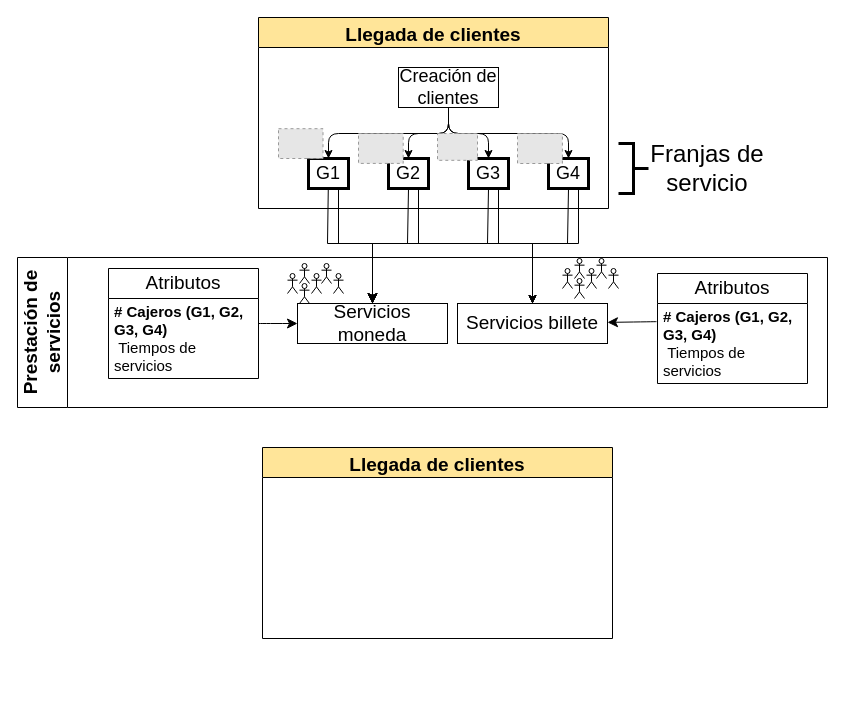
Above: Methodology.drawio in lorerubiano22/LSRR_Working (draw.io), before the change. Source tidied: cells renumbered, new cells numbered last; positions are measured from the earlier drawing's top-left corner, leaving out a move shared by most shapes. Both pictures are drawn from the tidied source at 100%, with x=0, y=0 at pixel (17, 17). Pictures stored in the file or linked from it are replaced by grey dashed boxes.
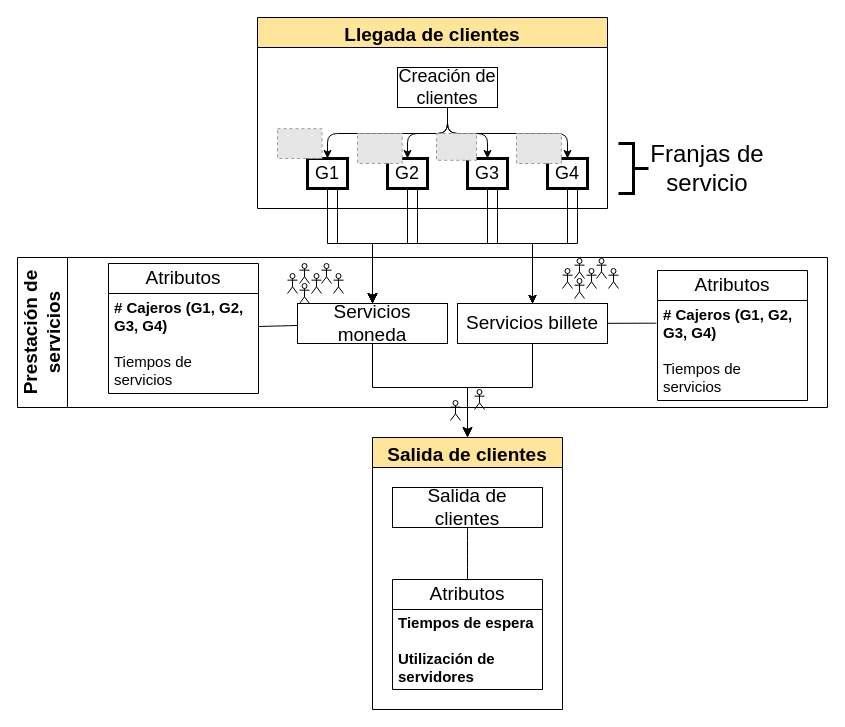
After the change.

The change refers to these unchanged cells:
```xml
<mxCell id="2" value="&lt;font style=&quot;font-size: 19px;&quot;&gt;Prestación de servicios&lt;/font&gt;" style="swimlane;horizontal=0;whiteSpace=wrap;html=1;fontColor=light-dark(#000000,#000000);fillColor=light-dark(#FFFFFF,#FFFFFF);strokeColor=light-dark(#000000,#CCFFFF);startSize=50;swimlaneFillColor=light-dark(#FFFFFF,#CCFFFF);" parent="1" vertex="1">
  <mxGeometry y="240" width="810" height="150" as="geometry" />
</mxCell>
<mxCell id="17" value="Servicios moneda" style="whiteSpace=wrap;html=1;fontSize=19;fontColor=light-dark(#000000,#000000);fillColor=light-dark(#FFFFFF,#FFFFFF);strokeColor=light-dark(#000000,#0000FF);" parent="1" vertex="1">
  <mxGeometry x="280" y="286" width="150" height="40" as="geometry" />
</mxCell>
<mxCell id="20" value="Servicios billete" style="whiteSpace=wrap;html=1;fontSize=19;fontColor=light-dark(#000000,#000000);fillColor=light-dark(#FFFFFF,#FFFFFF);strokeColor=light-dark(#000000,#00CC00);" parent="1" vertex="1">
  <mxGeometry x="440" y="286" width="150" height="40" as="geometry" />
</mxCell>
```

The edit, as a diff of the source:
```diff
@@
+    <mxCell id="24" value="&lt;span style=&quot;color: light-dark(rgb(0, 0, 0), rgb(0, 0, 0));&quot;&gt;Atributos&lt;/span&gt;" style="swimlane;fontStyle=0;horizontal=1;startSize=30;whiteSpace=wrap;html=1;fontColor=light-dark(#000000,#FFFFFF);fillColor=light-dark(#FFFFFF,#FFFFFF);strokeColor=light-dark(#000000,#000000);fontSize=19;" parent="2" vertex="1">
+      <mxGeometry x="640" y="13" width="150" height="130" as="geometry" />
+    </mxCell>
+    <mxCell id="25" value="&lt;span style=&quot;color: light-dark(rgb(0, 0, 0), rgb(0, 0, 0));&quot;&gt;&lt;font style=&quot;font-size: 15px;&quot;&gt;&lt;b&gt;# Cajeros (G1, G2, G3, G4)&lt;/b&gt;&lt;/font&gt;&lt;/span&gt;&lt;div&gt;&lt;font color=&quot;#000000&quot;&gt;&lt;span style=&quot;caret-color: rgb(0, 0, 0); font-size: 15px;&quot;&gt;&lt;b&gt;&lt;br&gt;&lt;/b&gt;&lt;/span&gt;&lt;/font&gt;&lt;div&gt;&lt;span style=&quot;color: light-dark(rgb(0, 0, 0), rgb(0, 0, 0));&quot;&gt;&lt;font style=&quot;font-size: 15px;&quot;&gt;Tiempos de servicios&lt;/font&gt;&lt;/span&gt;&lt;/div&gt;&lt;/div&gt;" style="text;strokeColor=none;fillColor=none;align=left;verticalAlign=middle;spacingLeft=4;spacingRight=4;overflow=hidden;points=[[0,0.5],[1,0.5]];portConstraint=eastwest;whiteSpace=wrap;html=1;" parent="24" vertex="1">
+      <mxGeometry y="30" width="150" height="100" as="geometry" />
+    </mxCell>
     <mxCell id="3" value="Llegada de clientes" style="swimlane;startSize=30;horizontal=1;horizontalTree=0;sortEdges=1;containerType=tree;fontSize=19;fontColor=light-dark(#000000,#000000);labelBackgroundColor=none;fillColor=light-dark(#FFE599,#FFFFFF);strokeColor=light-dark(#000000,#FFE599);gradientColor=none;swimlaneFillColor=light-dark(#FFFFFF,#FFE599);" parent="1" vertex="1">
-      <mxGeometry x="241" width="350" height="191" as="geometry" />
+      <mxGeometry x="240" width="350" height="191" as="geometry" />
     </mxCell>
@@
+    <mxCell id="50" style="edgeStyle=none;curved=0;rounded=0;jettySize=auto;html=1;exitX=0.5;exitY=1;exitDx=0;exitDy=0;entryX=0.5;entryY=0;entryDx=0;entryDy=0;fontSize=12;startSize=8;endSize=8;strokeColor=light-dark(#000000,#000000);strokeWidth=1;" parent="1" edge="1" source="17" target="49">
+      <mxGeometry relative="1" as="geometry">
+        <Array as="points">
+          <mxPoint x="355" y="370" />
+          <mxPoint x="450" y="370" />
+        </Array>
+      </mxGeometry>
+    </mxCell>
@@
-    <mxCell id="21" style="edgeStyle=none;curved=1;rounded=0;jettySize=auto;html=1;fontSize=12;startSize=8;endSize=8;strokeColor=light-dark(#000000,#000000);" parent="1" edge="1" source="22" target="17">
+    <mxCell id="21" style="edgeStyle=none;curved=1;rounded=0;jettySize=auto;html=1;fontSize=12;startSize=8;endSize=8;strokeColor=light-dark(#000000,#000000);endArrow=none;endFill=0;" parent="1" edge="1" source="22" target="17">
       <mxGeometry relative="1" as="geometry" />
     </mxCell>
     <mxCell id="22" value="&lt;span style=&quot;color: light-dark(rgb(0, 0, 0), rgb(0, 0, 0));&quot;&gt;Atributos&lt;/span&gt;" style="swimlane;fontStyle=0;horizontal=1;startSize=30;whiteSpace=wrap;html=1;fontColor=light-dark(#000000,#FFFFFF);fillColor=light-dark(#FFFFFF,#FFFFFF);strokeColor=light-dark(#000000,#000000);fontSize=19;" parent="1" vertex="1">
-      <mxGeometry x="91" y="251" width="150" height="110" as="geometry" />
+      <mxGeometry x="91" y="246" width="150" height="130" as="geometry" />
     </mxCell>
-    <mxCell id="23" value="&lt;span style=&quot;color: light-dark(rgb(0, 0, 0), rgb(0, 0, 0));&quot;&gt;&lt;font style=&quot;font-size: 15px;&quot;&gt;&lt;b&gt;# Cajeros (G1, G2, G3, G4)&lt;/b&gt;&lt;/font&gt;&lt;/span&gt;&lt;div&gt;&lt;span style=&quot;color: light-dark(rgb(0, 0, 0), rgb(0, 0, 0));&quot;&gt;&lt;font style=&quot;font-size: 15px;&quot;&gt;&amp;nbsp;Tiempos de servicios&lt;/font&gt;&lt;/span&gt;&lt;/div&gt;" style="text;strokeColor=none;fillColor=none;align=left;verticalAlign=middle;spacingLeft=4;spacingRight=4;overflow=hidden;whiteSpace=wrap;html=1;" parent="22" vertex="1">
-      <mxGeometry y="30" width="150" height="80" as="geometry" />
+    <mxCell id="23" value="&lt;span style=&quot;color: light-dark(rgb(0, 0, 0), rgb(0, 0, 0));&quot;&gt;&lt;font style=&quot;font-size: 15px;&quot;&gt;&lt;b&gt;# Cajeros (G1, G2, G3, G4)&lt;/b&gt;&lt;/font&gt;&lt;/span&gt;&lt;div&gt;&lt;font color=&quot;#000000&quot;&gt;&lt;span style=&quot;caret-color: rgb(0, 0, 0); font-size: 15px;&quot;&gt;&lt;b&gt;&lt;br&gt;&lt;/b&gt;&lt;/span&gt;&lt;/font&gt;&lt;div&gt;&lt;span style=&quot;color: light-dark(rgb(0, 0, 0), rgb(0, 0, 0));&quot;&gt;&lt;font style=&quot;font-size: 15px;&quot;&gt;Tiempos de servicios&lt;/font&gt;&lt;/span&gt;&lt;/div&gt;&lt;/div&gt;" style="text;strokeColor=none;fillColor=none;align=left;verticalAlign=middle;spacingLeft=4;spacingRight=4;overflow=hidden;whiteSpace=wrap;html=1;" parent="22" vertex="1">
+      <mxGeometry y="30" width="150" height="100" as="geometry" />
     </mxCell>
-    <mxCell id="24" value="&lt;span style=&quot;color: light-dark(rgb(0, 0, 0), rgb(0, 0, 0));&quot;&gt;Atributos&lt;/span&gt;" style="swimlane;fontStyle=0;horizontal=1;startSize=30;whiteSpace=wrap;html=1;fontColor=light-dark(#000000,#FFFFFF);fillColor=light-dark(#FFFFFF,#FFFFFF);strokeColor=light-dark(#000000,#000000);fontSize=19;" parent="1" vertex="1">
-      <mxGeometry x="640" y="256" width="150" height="110" as="geometry" />
-    </mxCell>
-    <mxCell id="25" value="&lt;span style=&quot;color: light-dark(rgb(0, 0, 0), rgb(0, 0, 0));&quot;&gt;&lt;font style=&quot;font-size: 15px;&quot;&gt;&lt;b&gt;# Cajeros (G1, G2, G3, G4)&lt;/b&gt;&lt;/font&gt;&lt;/span&gt;&lt;div&gt;&lt;span style=&quot;color: light-dark(rgb(0, 0, 0), rgb(0, 0, 0));&quot;&gt;&lt;font style=&quot;font-size: 15px;&quot;&gt;&amp;nbsp;Tiempos de servicios&lt;/font&gt;&lt;/span&gt;&lt;/div&gt;" style="text;strokeColor=none;fillColor=none;align=left;verticalAlign=middle;spacingLeft=4;spacingRight=4;overflow=hidden;points=[[0,0.5],[1,0.5]];portConstraint=eastwest;whiteSpace=wrap;html=1;" parent="24" vertex="1">
-      <mxGeometry y="30" width="150" height="80" as="geometry" />
-    </mxCell>
-    <mxCell id="26" style="edgeStyle=none;curved=1;rounded=0;jettySize=auto;html=1;fontSize=12;startSize=8;endSize=8;strokeColor=light-dark(#000000,#000000);exitX=-0.007;exitY=0.227;exitDx=0;exitDy=0;exitPerimeter=0;" parent="1" edge="1" source="25" target="20">
+    <mxCell id="26" style="edgeStyle=none;curved=1;rounded=0;jettySize=auto;html=1;fontSize=12;startSize=8;endSize=8;strokeColor=light-dark(#000000,#000000);exitX=-0.007;exitY=0.227;exitDx=0;exitDy=0;exitPerimeter=0;endArrow=none;endFill=0;" parent="1" edge="1" source="25" target="20">
       <mxGeometry relative="1" as="geometry" />
     </mxCell>
@@
-    <mxCell id="49" value="Llegada de clientes" style="swimlane;startSize=30;horizontal=1;horizontalTree=0;sortEdges=1;containerType=tree;fontSize=19;fontColor=light-dark(#000000,#000000);labelBackgroundColor=none;fillColor=light-dark(#FFE599,#FFFFFF);strokeColor=light-dark(#000000,#FFE599);gradientColor=none;swimlaneFillColor=light-dark(#FFFFFF,#FFE599);" parent="1" vertex="1">
-      <mxGeometry x="245" y="430" width="350" height="191" as="geometry" />
+    <mxCell id="49" value="Salida de clientes" style="swimlane;startSize=30;horizontal=1;horizontalTree=0;sortEdges=1;containerType=tree;fontSize=19;fontColor=light-dark(#000000,#000000);labelBackgroundColor=none;fillColor=light-dark(#FFE599,#FFFFFF);strokeColor=light-dark(#000000,#FFE599);gradientColor=none;swimlaneFillColor=light-dark(#FFFFFF,#FFE599);" parent="1" vertex="1">
+      <mxGeometry x="355" y="420" width="190" height="272" as="geometry" />
     </mxCell>
+    <mxCell id="51" style="edgeStyle=none;curved=1;rounded=0;jettySize=auto;html=1;entryX=0.5;entryY=0;entryDx=0;entryDy=0;fontSize=12;startSize=8;endSize=8;endArrow=none;endFill=0;strokeColor=light-dark(#000000,#000000);" parent="49" edge="1" source="52" target="53">
+      <mxGeometry relative="1" as="geometry" />
+    </mxCell>
+    <mxCell id="52" value="Salida de clientes" style="whiteSpace=wrap;html=1;fontSize=19;fontColor=light-dark(#000000,#000000);fillColor=light-dark(#FFFFFF,#FFFFFF);strokeColor=light-dark(#000000,#0000FF);" parent="49" vertex="1">
+      <mxGeometry x="20" y="50" width="150" height="40" as="geometry" />
+    </mxCell>
+    <mxCell id="53" value="&lt;span style=&quot;color: light-dark(rgb(0, 0, 0), rgb(0, 0, 0));&quot;&gt;Atributos&lt;/span&gt;" style="swimlane;fontStyle=0;horizontal=1;startSize=30;whiteSpace=wrap;html=1;fontColor=light-dark(#000000,#FFFFFF);fillColor=light-dark(#FFFFFF,#FFFFFF);strokeColor=light-dark(#000000,#000000);fontSize=19;" parent="49" vertex="1">
+      <mxGeometry x="20" y="142" width="150" height="110" as="geometry" />
+    </mxCell>
+    <mxCell id="54" value="&lt;b style=&quot;caret-color: rgb(0, 0, 0); font-size: 15px; color: light-dark(rgb(0, 0, 0), rgb(0, 0, 0));&quot;&gt;Tiempos de espera&lt;/b&gt;&lt;div&gt;&lt;span style=&quot;color: light-dark(rgb(0, 0, 0), rgb(0, 0, 0));&quot;&gt;&lt;font&gt;&lt;span style=&quot;caret-color: rgb(0, 0, 0); font-size: 15px;&quot;&gt;&lt;b&gt;&lt;br&gt;&lt;/b&gt;&lt;/span&gt;&lt;/font&gt;&lt;b style=&quot;caret-color: rgb(0, 0, 0); font-size: 15px;&quot;&gt;Utilización de servidores&lt;/b&gt;&lt;/span&gt;&lt;br&gt;&lt;/div&gt;" style="text;strokeColor=none;fillColor=none;align=left;verticalAlign=middle;spacingLeft=4;spacingRight=4;overflow=hidden;whiteSpace=wrap;html=1;" parent="53" vertex="1">
+      <mxGeometry y="30" width="150" height="80" as="geometry" />
+    </mxCell>
+    <mxCell id="55" style="edgeStyle=none;curved=0;rounded=0;jettySize=auto;html=1;exitX=0.5;exitY=1;exitDx=0;exitDy=0;entryX=0.5;entryY=0;entryDx=0;entryDy=0;fontSize=12;startSize=8;endSize=8;strokeColor=light-dark(#000000,#000000);strokeWidth=1;" parent="1" edge="1" source="20" target="49">
+      <mxGeometry relative="1" as="geometry">
+        <Array as="points">
+          <mxPoint x="515" y="370" />
+          <mxPoint x="450" y="370" />
+        </Array>
+      </mxGeometry>
+    </mxCell>
+    <mxCell id="56" style="shape=umlActor;verticalLabelPosition=bottom;verticalAlign=top;html=1;strokeColor=light-dark(#000000,#00CC00);fontColor=light-dark(#000000,#000000);" parent="1" vertex="1">
+      <mxGeometry x="457" y="372" width="10" height="20" as="geometry" />
+    </mxCell>
+    <mxCell id="57" style="shape=umlActor;verticalLabelPosition=bottom;verticalAlign=top;html=1;strokeColor=light-dark(#000000,#0000FF);fontColor=light-dark(#000000,#000000);" parent="1" vertex="1">
+      <mxGeometry x="433" y="383" width="10" height="20" as="geometry" />
+    </mxCell>
```
